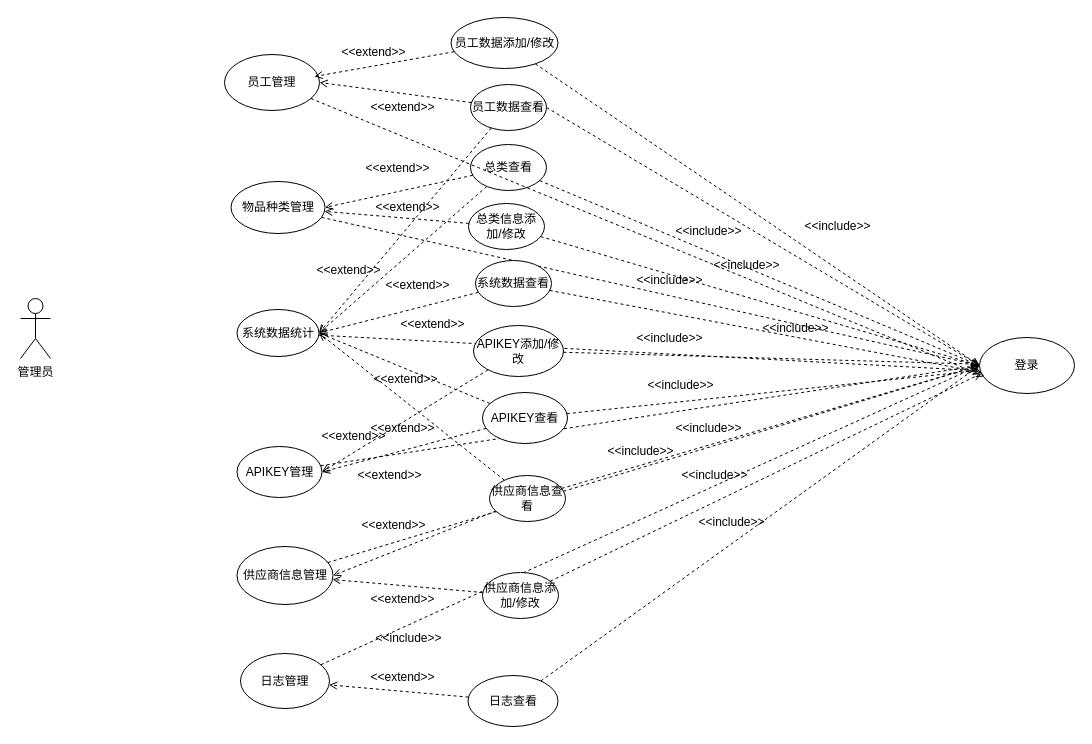
The draw.io diagram save/未命名绘图.drawio in kehaha-5/drawio, before the edit. Source tidied: cells renumbered, new cells numbered last; positions are measured from the earlier drawing's top-left corner, leaving out a move shared by most shapes. Both pictures are drawn from the tidied source at 100%, with x=0, y=0 at pixel (20, 17).
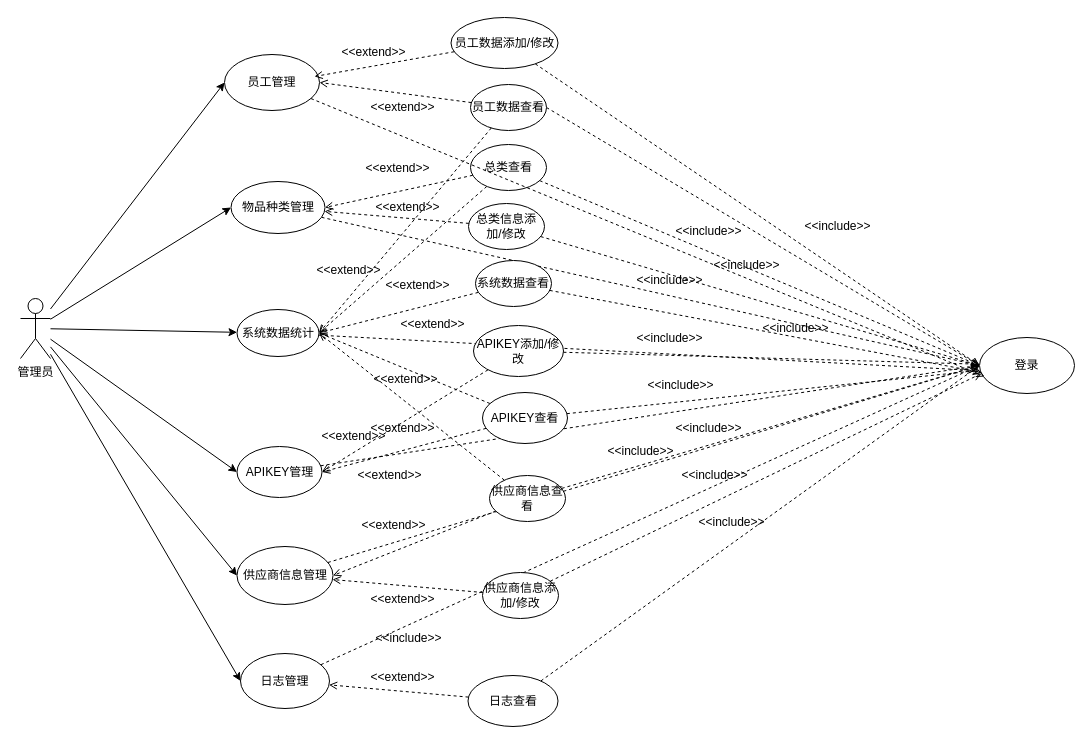
Above is the later version.

Commit message:
管理员用例图.drawio

Unchanged cells that the change refers to:
```xml
<mxCell id="2" value="管理员" style="shape=umlActor;verticalLabelPosition=bottom;verticalAlign=top;html=1;outlineConnect=0;" parent="1" vertex="1">
  <mxGeometry y="281" width="30" height="60" as="geometry" />
</mxCell>
<mxCell id="3" value="员工管理" style="ellipse;whiteSpace=wrap;html=1;" parent="1" vertex="1">
  <mxGeometry x="204" y="37" width="95" height="56" as="geometry" />
</mxCell>
<mxCell id="5" value="物品种类管理" style="ellipse;whiteSpace=wrap;html=1;" parent="1" vertex="1">
  <mxGeometry x="210.5" y="164" width="94" height="52" as="geometry" />
</mxCell>
<mxCell id="7" value="供应商信息管理" style="ellipse;whiteSpace=wrap;html=1;" parent="1" vertex="1">
  <mxGeometry x="216.5" y="529" width="96" height="58" as="geometry" />
</mxCell>
<mxCell id="9" value="APIKEY管理" style="ellipse;whiteSpace=wrap;html=1;" parent="1" vertex="1">
  <mxGeometry x="216.5" y="429" width="85" height="51" as="geometry" />
</mxCell>
<mxCell id="11" value="系统数据统计" style="ellipse;whiteSpace=wrap;html=1;" parent="1" vertex="1">
  <mxGeometry x="216.5" y="292" width="82" height="47" as="geometry" />
</mxCell>
<mxCell id="13" value="日志管理" style="ellipse;whiteSpace=wrap;html=1;" parent="1" vertex="1">
  <mxGeometry x="220" y="636" width="89" height="55" as="geometry" />
</mxCell>
```

Diff of the diagram source:
```diff
@@
+    <mxCell id="76" style="rounded=0;jettySize=auto;html=1;entryX=0;entryY=0.5;entryDx=0;entryDy=0;" parent="1" edge="1" source="2" target="3">
+      <mxGeometry relative="1" as="geometry" />
+    </mxCell>
+    <mxCell id="77" style="rounded=0;jettySize=auto;html=1;entryX=0;entryY=0.5;entryDx=0;entryDy=0;" parent="1" edge="1" source="2" target="5">
+      <mxGeometry relative="1" as="geometry" />
+    </mxCell>
+    <mxCell id="78" style="rounded=0;jettySize=auto;html=1;" parent="1" edge="1" source="2" target="11">
+      <mxGeometry relative="1" as="geometry" />
+    </mxCell>
+    <mxCell id="79" style="rounded=0;jettySize=auto;html=1;entryX=0;entryY=0.5;entryDx=0;entryDy=0;" parent="1" edge="1" source="2" target="9">
+      <mxGeometry relative="1" as="geometry" />
+    </mxCell>
+    <mxCell id="80" style="rounded=0;jettySize=auto;html=1;entryX=0;entryY=0.5;entryDx=0;entryDy=0;" parent="1" edge="1" source="2" target="7">
+      <mxGeometry relative="1" as="geometry" />
+    </mxCell>
+    <mxCell id="81" style="rounded=0;jettySize=auto;html=1;entryX=0;entryY=0.5;entryDx=0;entryDy=0;" parent="1" edge="1" source="2" target="13">
+      <mxGeometry relative="1" as="geometry" />
+    </mxCell>
```
